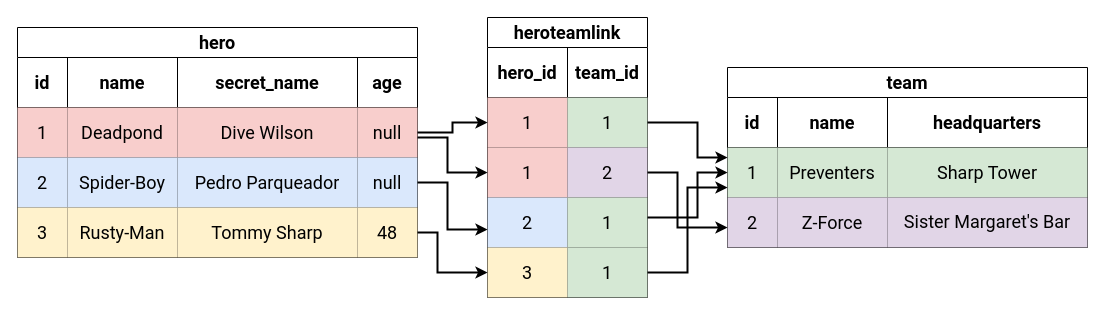
Above: docs/img/tutorial/many-to-many/many-to-many.drawio in readyapi/sqldev (draw.io), before the change. Source tidied: cells renumbered, new cells numbered last; positions are measured from the earlier drawing's top-left corner, leaving out a move shared by most shapes. Both pictures are drawn from the tidied source at 100%, with x=0, y=0 at pixel (17, 17).
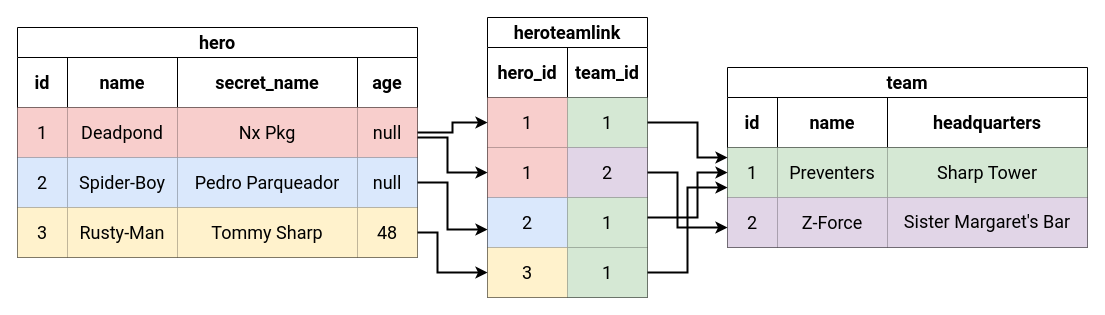
After the change.

The change refers to these unchanged cells:
```xml
<mxCell id="8" style="shape=partialRectangle;html=1;whiteSpace=wrap;fillColor=none;top=0;left=0;bottom=0;right=0;points=[[0,0.5],[1,0.5]];portConstraint=eastwest;" parent="2" vertex="1">
  <mxGeometry y="80" width="400" height="50" as="geometry" />
</mxCell>
```

Diff of the diagram source:
```diff
@@
-    <mxCell id="11" value="&lt;span style=&quot;font-family: &amp;#34;roboto&amp;#34; ; font-size: 18px&quot;&gt;Dive Wilson&lt;/span&gt;" style="shape=partialRectangle;html=1;whiteSpace=wrap;top=0;left=0;bottom=0;right=0;overflow=hidden;strokeWidth=0;strokeColor=#b85450;fillColor=#f8cecc;" parent="8" vertex="1">
+    <mxCell id="11" value="&lt;span style=&quot;font-family: &amp;#34;roboto&amp;#34; ; font-size: 18px&quot;&gt;Nx Pkg&lt;/span&gt;" style="shape=partialRectangle;html=1;whiteSpace=wrap;top=0;left=0;bottom=0;right=0;overflow=hidden;strokeWidth=0;strokeColor=#b85450;fillColor=#f8cecc;" parent="8" vertex="1">
       <mxGeometry x="160" width="180" height="50" as="geometry" />
     </mxCell>
```
